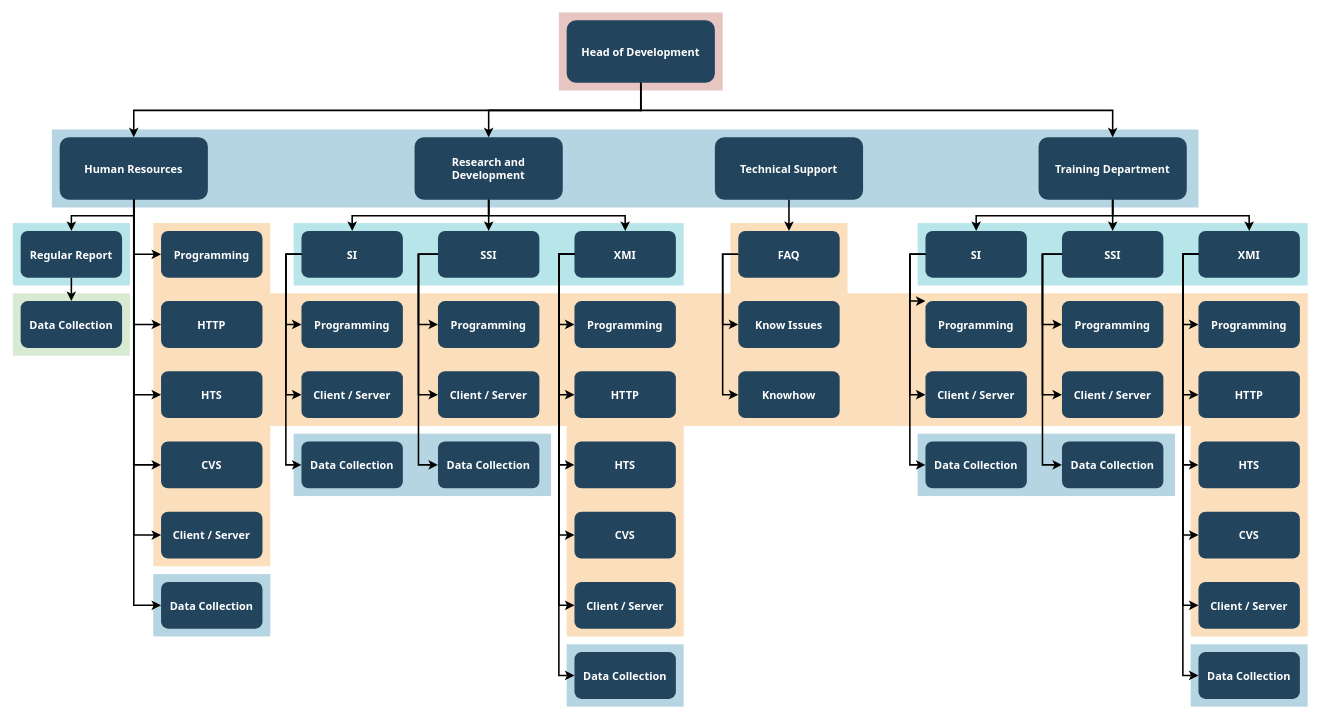
Above: Untitled Diagram.drawio in GKT-github/hello-world (draw.io), before the change. Source tidied: cells renumbered, new cells numbered last; positions are measured from the earlier drawing's top-left corner, leaving out a move shared by most shapes. Both pictures are drawn from the tidied source at 78%, with x=0, y=0 at pixel (12, 12).
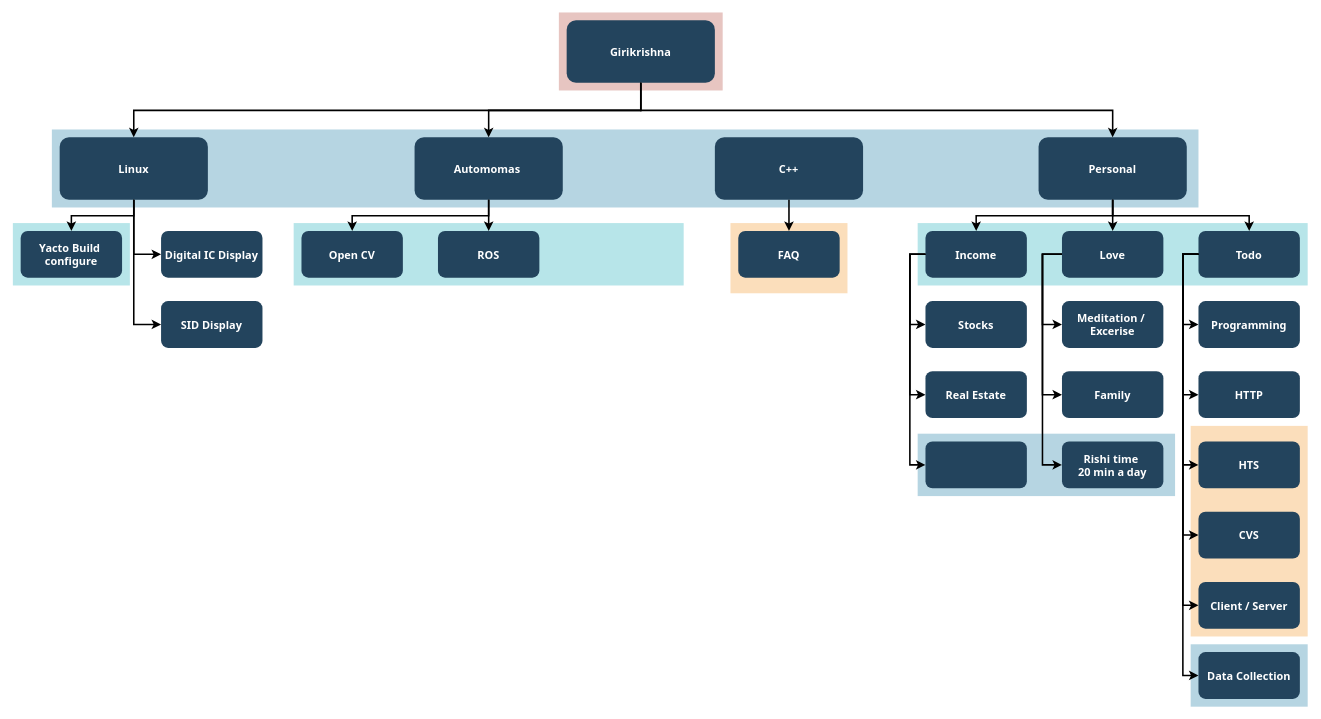
The same page after the edit.

The change refers to these unchanged cells:
```xml
<mxCell id="47" value="FAQ" style="rounded=1;fillColor=#23445D;gradientColor=none;strokeColor=none;fontColor=#FFFFFF;fontStyle=1;fontFamily=Tahoma;fontSize=14;" parent="1" vertex="1">
  <mxGeometry x="930" y="279.5" width="130" height="60" as="geometry" />
</mxCell>
```

Change to the diagram source:
```diff
@@
-    <mxCell id="6" style="fillColor=#F2931E;strokeColor=none;opacity=30;" parent="1" vertex="1">
-      <mxGeometry x="710" y="529.5" width="150" height="270" as="geometry" />
-    </mxCell>
-    <mxCell id="7" style="fillColor=#F2931E;strokeColor=none;opacity=30;" parent="1" vertex="1">
-      <mxGeometry x="180" y="269.5" width="150" height="440" as="geometry" />
-    </mxCell>
-    <mxCell id="8" style="fillColor=#F2931E;strokeColor=none;opacity=30;" parent="1" vertex="1">
-      <mxGeometry x="330" y="359.5" width="1330" height="170" as="geometry" />
-    </mxCell>
@@
-    <mxCell id="11" style="fillColor=#10739E;strokeColor=none;opacity=30;" parent="1" vertex="1">
-      <mxGeometry x="710" y="809.5" width="150" height="80" as="geometry" />
-    </mxCell>
-    <mxCell id="12" style="fillColor=#10739E;strokeColor=none;opacity=30;" parent="1" vertex="1">
-      <mxGeometry x="360" y="539.5" width="330" height="80" as="geometry" />
-    </mxCell>
-    <mxCell id="13" style="fillColor=#10739E;strokeColor=none;opacity=30;" parent="1" vertex="1">
-      <mxGeometry x="180" y="719.5" width="150" height="80" as="geometry" />
-    </mxCell>
-    <mxCell id="14" style="fillColor=#D9EAD3;strokeColor=none;" parent="1" vertex="1">
-      <mxGeometry y="359.5" width="150" height="80" as="geometry" />
-    </mxCell>
@@
-    <mxCell id="18" value="Head of Development" style="rounded=1;fillColor=#23445D;gradientColor=none;strokeColor=none;fontColor=#FFFFFF;fontStyle=1;fontFamily=Tahoma;fontSize=14;" parent="1" vertex="1">
+    <mxCell id="18" value="Girikrishna" style="rounded=1;fillColor=#23445D;gradientColor=none;strokeColor=none;fontColor=#FFFFFF;fontStyle=1;fontFamily=Tahoma;fontSize=14;" parent="1" vertex="1">
       <mxGeometry x="710" y="9.5" width="190" height="80" as="geometry" />
     </mxCell>
-    <mxCell id="19" value="Training Department" style="rounded=1;fillColor=#23445D;gradientColor=none;strokeColor=none;fontColor=#FFFFFF;fontStyle=1;fontFamily=Tahoma;fontSize=14;" parent="1" vertex="1">
+    <mxCell id="19" value="Personal" style="rounded=1;fillColor=#23445D;gradientColor=none;strokeColor=none;fontColor=#FFFFFF;fontStyle=1;fontFamily=Tahoma;fontSize=14;" parent="1" vertex="1">
       <mxGeometry x="1315" y="159.5" width="190" height="80" as="geometry" />
     </mxCell>
@@
-    <mxCell id="21" value="Technical Support" style="rounded=1;fillColor=#23445D;gradientColor=none;strokeColor=none;fontColor=#FFFFFF;fontStyle=1;fontFamily=Tahoma;fontSize=14;" parent="1" vertex="1">
+    <mxCell id="21" value="C++" style="rounded=1;fillColor=#23445D;gradientColor=none;strokeColor=none;fontColor=#FFFFFF;fontStyle=1;fontFamily=Tahoma;fontSize=14;" parent="1" vertex="1">
       <mxGeometry x="900" y="159.5" width="190" height="80" as="geometry" />
     </mxCell>
-    <mxCell id="22" value="Research and &#10;Development" style="rounded=1;fillColor=#23445D;gradientColor=none;strokeColor=none;fontColor=#FFFFFF;fontStyle=1;fontFamily=Tahoma;fontSize=14;" parent="1" vertex="1">
+    <mxCell id="22" value="Automomas " style="rounded=1;fillColor=#23445D;gradientColor=none;strokeColor=none;fontColor=#FFFFFF;fontStyle=1;fontFamily=Tahoma;fontSize=14;" parent="1" vertex="1">
       <mxGeometry x="515" y="159.5" width="190" height="80" as="geometry" />
     </mxCell>
+    <mxCell id="108" style="edgeStyle=orthogonalEdgeStyle;rounded=0;jettySize=auto;html=1;entryX=0;entryY=0.5;entryDx=0;entryDy=0;strokeWidth=2;" parent="1" edge="1" source="23" target="109">
+      <mxGeometry relative="1" as="geometry" />
+    </mxCell>
-    <mxCell id="23" value="Human Resources" style="rounded=1;fillColor=#23445D;gradientColor=none;strokeColor=none;fontColor=#FFFFFF;fontStyle=1;fontFamily=Tahoma;fontSize=14;" parent="1" vertex="1">
+    <mxCell id="23" value="Linux" style="rounded=1;fillColor=#23445D;gradientColor=none;strokeColor=none;fontColor=#FFFFFF;fontStyle=1;fontFamily=Tahoma;fontSize=14;" parent="1" vertex="1">
       <mxGeometry x="60" y="159.5" width="190" height="80" as="geometry" />
     </mxCell>
-    <mxCell id="24" value="Regular Report" style="rounded=1;fillColor=#23445D;gradientColor=none;strokeColor=none;fontColor=#FFFFFF;fontStyle=1;fontFamily=Tahoma;fontSize=14;" parent="1" vertex="1">
+    <mxCell id="24" value="Yacto Build &#10;configure" style="rounded=1;fillColor=#23445D;gradientColor=none;strokeColor=none;fontColor=#FFFFFF;fontStyle=1;fontFamily=Tahoma;fontSize=14;" parent="1" vertex="1">
       <mxGeometry x="10" y="279.5" width="130" height="60" as="geometry" />
     </mxCell>
-    <mxCell id="25" value="Data Collection" style="rounded=1;fillColor=#23445D;gradientColor=none;strokeColor=none;fontColor=#FFFFFF;fontStyle=1;fontFamily=Tahoma;fontSize=14;" parent="1" vertex="1">
-      <mxGeometry x="10" y="369.5" width="130" height="60" as="geometry" />
-    </mxCell>
-    <mxCell id="26" value="Programming" style="rounded=1;fillColor=#23445D;gradientColor=none;strokeColor=none;fontColor=#FFFFFF;fontStyle=1;fontFamily=Tahoma;fontSize=14;" parent="1" vertex="1">
+    <mxCell id="26" value="Digital IC Display" style="rounded=1;fillColor=#23445D;gradientColor=none;strokeColor=none;fontColor=#FFFFFF;fontStyle=1;fontFamily=Tahoma;fontSize=14;" parent="1" vertex="1">
       <mxGeometry x="190" y="279.5" width="130" height="60" as="geometry" />
     </mxCell>
-    <mxCell id="27" value="HTTP" style="rounded=1;fillColor=#23445D;gradientColor=none;strokeColor=none;fontColor=#FFFFFF;fontStyle=1;fontFamily=Tahoma;fontSize=14;" parent="1" vertex="1">
-      <mxGeometry x="190" y="369.5" width="130" height="60" as="geometry" />
-    </mxCell>
-    <mxCell id="28" value="HTS" style="rounded=1;fillColor=#23445D;gradientColor=none;strokeColor=none;fontColor=#FFFFFF;fontStyle=1;fontFamily=Tahoma;fontSize=14;" parent="1" vertex="1">
-      <mxGeometry x="190" y="459.5" width="130" height="60" as="geometry" />
-    </mxCell>
-    <mxCell id="29" value="CVS" style="rounded=1;fillColor=#23445D;gradientColor=none;strokeColor=none;fontColor=#FFFFFF;fontStyle=1;fontFamily=Tahoma;fontSize=14;" parent="1" vertex="1">
-      <mxGeometry x="190" y="549.5" width="130" height="60" as="geometry" />
-    </mxCell>
-    <mxCell id="30" value="Client / Server" style="rounded=1;fillColor=#23445D;gradientColor=none;strokeColor=none;fontColor=#FFFFFF;fontStyle=1;fontFamily=Tahoma;fontSize=14;" parent="1" vertex="1">
-      <mxGeometry x="190" y="639.5" width="130" height="60" as="geometry" />
-    </mxCell>
-    <mxCell id="31" value="Data Collection" style="rounded=1;fillColor=#23445D;gradientColor=none;strokeColor=none;fontColor=#FFFFFF;fontStyle=1;fontFamily=Tahoma;fontSize=14;" parent="1" vertex="1">
-      <mxGeometry x="190" y="729.5" width="130" height="60" as="geometry" />
-    </mxCell>
-    <mxCell id="32" value="SI" style="rounded=1;fillColor=#23445D;gradientColor=none;strokeColor=none;fontColor=#FFFFFF;fontStyle=1;fontFamily=Tahoma;fontSize=14;" parent="1" vertex="1">
+    <mxCell id="32" value="Open CV" style="rounded=1;fillColor=#23445D;gradientColor=none;strokeColor=none;fontColor=#FFFFFF;fontStyle=1;fontFamily=Tahoma;fontSize=14;" parent="1" vertex="1">
       <mxGeometry x="370" y="279.5" width="130" height="60" as="geometry" />
     </mxCell>
-    <mxCell id="33" value="Programming" style="rounded=1;fillColor=#23445D;gradientColor=none;strokeColor=none;fontColor=#FFFFFF;fontStyle=1;fontFamily=Tahoma;fontSize=14;" parent="1" vertex="1">
-      <mxGeometry x="370" y="369.5" width="130" height="60" as="geometry" />
-    </mxCell>
-    <mxCell id="34" value="Client / Server" style="rounded=1;fillColor=#23445D;gradientColor=none;strokeColor=none;fontColor=#FFFFFF;fontStyle=1;fontFamily=Tahoma;fontSize=14;" parent="1" vertex="1">
-      <mxGeometry x="370" y="459.5" width="130" height="60" as="geometry" />
-    </mxCell>
-    <mxCell id="35" value="Data Collection" style="rounded=1;fillColor=#23445D;gradientColor=none;strokeColor=none;fontColor=#FFFFFF;fontStyle=1;fontFamily=Tahoma;fontSize=14;" parent="1" vertex="1">
-      <mxGeometry x="370" y="549.5" width="130" height="60" as="geometry" />
-    </mxCell>
-    <mxCell id="36" value="SSI" style="rounded=1;fillColor=#23445D;gradientColor=none;strokeColor=none;fontColor=#FFFFFF;fontStyle=1;fontFamily=Tahoma;fontSize=14;" parent="1" vertex="1">
+    <mxCell id="36" value="ROS" style="rounded=1;fillColor=#23445D;gradientColor=none;strokeColor=none;fontColor=#FFFFFF;fontStyle=1;fontFamily=Tahoma;fontSize=14;" parent="1" vertex="1">
       <mxGeometry x="545" y="279.5" width="130" height="60" as="geometry" />
     </mxCell>
-    <mxCell id="37" value="Programming" style="rounded=1;fillColor=#23445D;gradientColor=none;strokeColor=none;fontColor=#FFFFFF;fontStyle=1;fontFamily=Tahoma;fontSize=14;" parent="1" vertex="1">
-      <mxGeometry x="545" y="369.5" width="130" height="60" as="geometry" />
-    </mxCell>
-    <mxCell id="38" value="Client / Server" style="rounded=1;fillColor=#23445D;gradientColor=none;strokeColor=none;fontColor=#FFFFFF;fontStyle=1;fontFamily=Tahoma;fontSize=14;" parent="1" vertex="1">
-      <mxGeometry x="545" y="459.5" width="130" height="60" as="geometry" />
-    </mxCell>
-    <mxCell id="39" value="Data Collection" style="rounded=1;fillColor=#23445D;gradientColor=none;strokeColor=none;fontColor=#FFFFFF;fontStyle=1;fontFamily=Tahoma;fontSize=14;" parent="1" vertex="1">
-      <mxGeometry x="545" y="549.5" width="130" height="60" as="geometry" />
-    </mxCell>
-    <mxCell id="40" value="XMI" style="rounded=1;fillColor=#23445D;gradientColor=none;strokeColor=none;fontColor=#FFFFFF;fontStyle=1;fontFamily=Tahoma;fontSize=14;" parent="1" vertex="1">
-      <mxGeometry x="720" y="279.5" width="130" height="60" as="geometry" />
-    </mxCell>
-    <mxCell id="41" value="Programming" style="rounded=1;fillColor=#23445D;gradientColor=none;strokeColor=none;fontColor=#FFFFFF;fontStyle=1;fontFamily=Tahoma;fontSize=14;" parent="1" vertex="1">
-      <mxGeometry x="720" y="369.5" width="130" height="60" as="geometry" />
-    </mxCell>
-    <mxCell id="42" value="HTTP" style="rounded=1;fillColor=#23445D;gradientColor=none;strokeColor=none;fontColor=#FFFFFF;fontStyle=1;fontFamily=Tahoma;fontSize=14;" parent="1" vertex="1">
-      <mxGeometry x="720" y="459.5" width="130" height="60" as="geometry" />
-    </mxCell>
-    <mxCell id="43" value="HTS" style="rounded=1;fillColor=#23445D;gradientColor=none;strokeColor=none;fontColor=#FFFFFF;fontStyle=1;fontFamily=Tahoma;fontSize=14;" parent="1" vertex="1">
-      <mxGeometry x="720" y="549.5" width="130" height="60" as="geometry" />
-    </mxCell>
-    <mxCell id="44" value="CVS" style="rounded=1;fillColor=#23445D;gradientColor=none;strokeColor=none;fontColor=#FFFFFF;fontStyle=1;fontFamily=Tahoma;fontSize=14;" parent="1" vertex="1">
-      <mxGeometry x="720" y="639.5" width="130" height="60" as="geometry" />
-    </mxCell>
-    <mxCell id="45" value="Client / Server" style="rounded=1;fillColor=#23445D;gradientColor=none;strokeColor=none;fontColor=#FFFFFF;fontStyle=1;fontFamily=Tahoma;fontSize=14;" parent="1" vertex="1">
-      <mxGeometry x="720" y="729.5" width="130" height="60" as="geometry" />
-    </mxCell>
-    <mxCell id="46" value="Data Collection" style="rounded=1;fillColor=#23445D;gradientColor=none;strokeColor=none;fontColor=#FFFFFF;fontStyle=1;fontFamily=Tahoma;fontSize=14;" parent="1" vertex="1">
-      <mxGeometry x="720" y="819.5" width="130" height="60" as="geometry" />
-    </mxCell>
@@
-    <mxCell id="48" value="Know Issues" style="rounded=1;fillColor=#23445D;gradientColor=none;strokeColor=none;fontColor=#FFFFFF;fontStyle=1;fontFamily=Tahoma;fontSize=14;" parent="1" vertex="1">
-      <mxGeometry x="930" y="369.5" width="130" height="60" as="geometry" />
-    </mxCell>
-    <mxCell id="49" value="Knowhow" style="rounded=1;fillColor=#23445D;gradientColor=none;strokeColor=none;fontColor=#FFFFFF;fontStyle=1;fontFamily=Tahoma;fontSize=14;" parent="1" vertex="1">
-      <mxGeometry x="930" y="459.5" width="130" height="60" as="geometry" />
-    </mxCell>
-    <mxCell id="50" value="SI" style="rounded=1;fillColor=#23445D;gradientColor=none;strokeColor=none;fontColor=#FFFFFF;fontStyle=1;fontFamily=Tahoma;fontSize=14;" parent="1" vertex="1">
+    <mxCell id="50" value="Income" style="rounded=1;fillColor=#23445D;gradientColor=none;strokeColor=none;fontColor=#FFFFFF;fontStyle=1;fontFamily=Tahoma;fontSize=14;" parent="1" vertex="1">
       <mxGeometry x="1170" y="279.5" width="130" height="60" as="geometry" />
     </mxCell>
-    <mxCell id="51" value="Programming" style="rounded=1;fillColor=#23445D;gradientColor=none;strokeColor=none;fontColor=#FFFFFF;fontStyle=1;fontFamily=Tahoma;fontSize=14;" parent="1" vertex="1">
+    <mxCell id="51" value="Stocks" style="rounded=1;fillColor=#23445D;gradientColor=none;strokeColor=none;fontColor=#FFFFFF;fontStyle=1;fontFamily=Tahoma;fontSize=14;" parent="1" vertex="1">
       <mxGeometry x="1170" y="369.5" width="130" height="60" as="geometry" />
     </mxCell>
-    <mxCell id="52" value="Client / Server" style="rounded=1;fillColor=#23445D;gradientColor=none;strokeColor=none;fontColor=#FFFFFF;fontStyle=1;fontFamily=Tahoma;fontSize=14;" parent="1" vertex="1">
+    <mxCell id="52" value="Real Estate" style="rounded=1;fillColor=#23445D;gradientColor=none;strokeColor=none;fontColor=#FFFFFF;fontStyle=1;fontFamily=Tahoma;fontSize=14;" parent="1" vertex="1">
       <mxGeometry x="1170" y="459.5" width="130" height="60" as="geometry" />
     </mxCell>
-    <mxCell id="53" value="Data Collection" style="rounded=1;fillColor=#23445D;gradientColor=none;strokeColor=none;fontColor=#FFFFFF;fontStyle=1;fontFamily=Tahoma;fontSize=14;" parent="1" vertex="1">
+    <mxCell id="53" style="rounded=1;fillColor=#23445D;gradientColor=none;strokeColor=none;fontColor=#FFFFFF;fontStyle=1;fontFamily=Tahoma;fontSize=14;" parent="1" vertex="1">
       <mxGeometry x="1170" y="549.5" width="130" height="60" as="geometry" />
     </mxCell>
-    <mxCell id="54" value="SSI" style="rounded=1;fillColor=#23445D;gradientColor=none;strokeColor=none;fontColor=#FFFFFF;fontStyle=1;fontFamily=Tahoma;fontSize=14;" parent="1" vertex="1">
+    <mxCell id="54" value="Love" style="rounded=1;fillColor=#23445D;gradientColor=none;strokeColor=none;fontColor=#FFFFFF;fontStyle=1;fontFamily=Tahoma;fontSize=14;" parent="1" vertex="1">
       <mxGeometry x="1345" y="279.5" width="130" height="60" as="geometry" />
     </mxCell>
-    <mxCell id="55" value="Programming" style="rounded=1;fillColor=#23445D;gradientColor=none;strokeColor=none;fontColor=#FFFFFF;fontStyle=1;fontFamily=Tahoma;fontSize=14;" parent="1" vertex="1">
+    <mxCell id="55" value="Meditation / &#10;Excerise" style="rounded=1;fillColor=#23445D;gradientColor=none;strokeColor=none;fontColor=#FFFFFF;fontStyle=1;fontFamily=Tahoma;fontSize=14;" parent="1" vertex="1">
       <mxGeometry x="1345" y="369.5" width="130" height="60" as="geometry" />
     </mxCell>
-    <mxCell id="56" value="Client / Server" style="rounded=1;fillColor=#23445D;gradientColor=none;strokeColor=none;fontColor=#FFFFFF;fontStyle=1;fontFamily=Tahoma;fontSize=14;" parent="1" vertex="1">
+    <mxCell id="56" value="Family" style="rounded=1;fillColor=#23445D;gradientColor=none;strokeColor=none;fontColor=#FFFFFF;fontStyle=1;fontFamily=Tahoma;fontSize=14;" parent="1" vertex="1">
       <mxGeometry x="1345" y="459.5" width="130" height="60" as="geometry" />
     </mxCell>
-    <mxCell id="57" value="Data Collection" style="rounded=1;fillColor=#23445D;gradientColor=none;strokeColor=none;fontColor=#FFFFFF;fontStyle=1;fontFamily=Tahoma;fontSize=14;" parent="1" vertex="1">
+    <mxCell id="57" value="Rishi time &#10;20 min a day" style="rounded=1;fillColor=#23445D;gradientColor=none;strokeColor=none;fontColor=#FFFFFF;fontStyle=1;fontFamily=Tahoma;fontSize=14;" parent="1" vertex="1">
       <mxGeometry x="1345" y="549.5" width="130" height="60" as="geometry" />
     </mxCell>
-    <mxCell id="58" value="XMI" style="rounded=1;fillColor=#23445D;gradientColor=none;strokeColor=none;fontColor=#FFFFFF;fontStyle=1;fontFamily=Tahoma;fontSize=14;" parent="1" vertex="1">
+    <mxCell id="58" value="Todo" style="rounded=1;fillColor=#23445D;gradientColor=none;strokeColor=none;fontColor=#FFFFFF;fontStyle=1;fontFamily=Tahoma;fontSize=14;" parent="1" vertex="1">
       <mxGeometry x="1520" y="279.5" width="130" height="60" as="geometry" />
     </mxCell>
@@
-    <mxCell id="69" style="edgeStyle=elbowEdgeStyle;elbow=horizontal;strokeWidth=2;rounded=0;" parent="1" edge="1" source="23" target="27">
-      <mxGeometry x="-23" y="135.5" as="geometry">
-        <Array as="points">
-          <mxPoint x="155" y="299.5" />
-        </Array>
-      </mxGeometry>
-    </mxCell>
-    <mxCell id="70" style="edgeStyle=elbowEdgeStyle;elbow=horizontal;strokeWidth=2;rounded=0;" parent="1" edge="1" source="23" target="28">
-      <mxGeometry x="-23" y="135.5" as="geometry">
-        <Array as="points">
-          <mxPoint x="155" y="349.5" />
-        </Array>
-      </mxGeometry>
-    </mxCell>
-    <mxCell id="71" style="edgeStyle=elbowEdgeStyle;elbow=horizontal;strokeWidth=2;rounded=0;" parent="1" edge="1" source="23" target="29">
-      <mxGeometry x="-23" y="135.5" as="geometry">
-        <Array as="points">
-          <mxPoint x="155" y="399.5" />
-        </Array>
-      </mxGeometry>
-    </mxCell>
-    <mxCell id="72" style="edgeStyle=elbowEdgeStyle;elbow=horizontal;strokeWidth=2;rounded=0;" parent="1" edge="1" source="23" target="30">
-      <mxGeometry x="-23" y="135.5" as="geometry">
-        <Array as="points">
-          <mxPoint x="155" y="439.5" />
-        </Array>
-      </mxGeometry>
-    </mxCell>
-    <mxCell id="73" style="edgeStyle=elbowEdgeStyle;elbow=horizontal;strokeWidth=2;rounded=0;" parent="1" edge="1" source="23" target="31">
-      <mxGeometry x="-23" y="135.5" as="geometry">
-        <Array as="points">
-          <mxPoint x="155" y="489.5" />
-        </Array>
-      </mxGeometry>
-    </mxCell>
-    <mxCell id="74" style="edgeStyle=elbowEdgeStyle;elbow=horizontal;strokeWidth=2;rounded=0;" parent="1" edge="1" source="32" target="33">
-      <mxGeometry x="-23" y="135.5" as="geometry">
-        <Array as="points">
-          <mxPoint x="350" y="359.5" />
-        </Array>
-      </mxGeometry>
-    </mxCell>
-    <mxCell id="75" style="edgeStyle=elbowEdgeStyle;elbow=horizontal;strokeWidth=2;rounded=0;" parent="1" edge="1" source="32" target="34">
-      <mxGeometry x="-23" y="135.5" as="geometry">
-        <Array as="points">
-          <mxPoint x="350" y="399.5" />
-        </Array>
-      </mxGeometry>
-    </mxCell>
-    <mxCell id="76" style="edgeStyle=elbowEdgeStyle;elbow=horizontal;strokeWidth=2;rounded=0;" parent="1" edge="1" source="32" target="35">
-      <mxGeometry x="-23" y="135.5" as="geometry">
-        <Array as="points">
-          <mxPoint x="350" y="439.5" />
-        </Array>
-      </mxGeometry>
-    </mxCell>
-    <mxCell id="77" style="edgeStyle=elbowEdgeStyle;elbow=horizontal;strokeWidth=2;rounded=0;" parent="1" edge="1" source="36" target="37">
-      <mxGeometry x="-23" y="135.5" as="geometry">
-        <Array as="points">
-          <mxPoint x="520" y="359.5" />
-        </Array>
-      </mxGeometry>
-    </mxCell>
-    <mxCell id="78" style="edgeStyle=elbowEdgeStyle;elbow=horizontal;strokeWidth=2;rounded=0;" parent="1" edge="1" source="36" target="38">
-      <mxGeometry x="-23" y="135.5" as="geometry">
-        <Array as="points">
-          <mxPoint x="520" y="399.5" />
-        </Array>
-      </mxGeometry>
-    </mxCell>
-    <mxCell id="79" style="edgeStyle=elbowEdgeStyle;elbow=horizontal;strokeWidth=2;rounded=0;" parent="1" edge="1" source="36" target="39">
-      <mxGeometry x="-23" y="135.5" as="geometry">
-        <Array as="points">
-          <mxPoint x="520" y="439.5" />
-        </Array>
-      </mxGeometry>
-    </mxCell>
-    <mxCell id="80" style="edgeStyle=elbowEdgeStyle;elbow=horizontal;strokeWidth=2;rounded=0;" parent="1" edge="1" source="40" target="41">
-      <mxGeometry x="-23" y="135.5" as="geometry">
-        <Array as="points">
-          <mxPoint x="700" y="359.5" />
-        </Array>
-      </mxGeometry>
-    </mxCell>
-    <mxCell id="81" style="edgeStyle=elbowEdgeStyle;elbow=horizontal;strokeWidth=2;rounded=0;" parent="1" edge="1" source="40" target="42">
-      <mxGeometry x="-23" y="135.5" as="geometry">
-        <Array as="points">
-          <mxPoint x="700" y="399.5" />
-        </Array>
-      </mxGeometry>
-    </mxCell>
-    <mxCell id="82" style="edgeStyle=elbowEdgeStyle;elbow=horizontal;strokeWidth=2;rounded=0;" parent="1" edge="1" source="40" target="43">
-      <mxGeometry x="-23" y="135.5" as="geometry">
-        <Array as="points">
-          <mxPoint x="700" y="449.5" />
-        </Array>
-      </mxGeometry>
-    </mxCell>
-    <mxCell id="83" style="edgeStyle=elbowEdgeStyle;elbow=horizontal;strokeWidth=2;rounded=0;" parent="1" edge="1" source="40" target="44">
-      <mxGeometry x="-23" y="135.5" as="geometry">
-        <Array as="points">
-          <mxPoint x="700" y="489.5" />
-        </Array>
-      </mxGeometry>
-    </mxCell>
-    <mxCell id="84" style="edgeStyle=elbowEdgeStyle;elbow=horizontal;strokeWidth=2;rounded=0;" parent="1" edge="1" source="40" target="45">
-      <mxGeometry x="-23" y="135.5" as="geometry">
-        <Array as="points">
-          <mxPoint x="700" y="529.5" />
-        </Array>
-      </mxGeometry>
-    </mxCell>
-    <mxCell id="85" style="edgeStyle=elbowEdgeStyle;elbow=horizontal;strokeWidth=2;rounded=0;" parent="1" edge="1" source="40" target="46">
-      <mxGeometry x="-23" y="135.5" as="geometry">
-        <Array as="points">
-          <mxPoint x="700" y="579.5" />
-        </Array>
-      </mxGeometry>
-    </mxCell>
-    <mxCell id="86" style="edgeStyle=elbowEdgeStyle;elbow=horizontal;strokeWidth=2;rounded=0;" parent="1" edge="1" source="47" target="48">
-      <mxGeometry x="-23" y="135.5" as="geometry">
-        <Array as="points">
-          <mxPoint x="910" y="359.5" />
-        </Array>
-      </mxGeometry>
-    </mxCell>
-    <mxCell id="87" style="edgeStyle=elbowEdgeStyle;elbow=horizontal;strokeWidth=2;rounded=0;" parent="1" edge="1" source="47" target="49">
-      <mxGeometry x="-23" y="135.5" as="geometry">
-        <Array as="points">
-          <mxPoint x="910" y="409.5" />
-        </Array>
-      </mxGeometry>
-    </mxCell>
-    <mxCell id="88" style="edgeStyle=elbowEdgeStyle;elbow=horizontal;strokeWidth=2;rounded=0;" parent="1" edge="1" source="50" target="51">
+    <mxCell id="88" style="edgeStyle=elbowEdgeStyle;elbow=horizontal;strokeWidth=2;rounded=0;entryX=0;entryY=0.5;entryDx=0;entryDy=0;" parent="1" edge="1" source="50" target="51">
       <mxGeometry x="-23" y="135.5" as="geometry">
         <Array as="points">
           <mxPoint x="1150" y="369.5" />
         </Array>
       </mxGeometry>
     </mxCell>
@@
-    <mxCell id="102" style="edgeStyle=elbowEdgeStyle;elbow=vertical;strokeWidth=2;rounded=0;" parent="1" edge="1" source="22" target="40">
-      <mxGeometry x="-23" y="135.5" as="geometry" />
-    </mxCell>
@@
-    <mxCell id="107" style="edgeStyle=elbowEdgeStyle;elbow=vertical;rounded=0;strokeWidth=2;" parent="1" edge="1" source="24" target="25">
-      <mxGeometry x="-23" y="135.5" as="geometry" />
-    </mxCell>
+    <mxCell id="109" value="SID Display" style="rounded=1;fillColor=#23445D;gradientColor=none;strokeColor=none;fontColor=#FFFFFF;fontStyle=1;fontFamily=Tahoma;fontSize=14;" parent="1" vertex="1">
+      <mxGeometry x="190" y="369.5" width="130" height="60" as="geometry" />
+    </mxCell>
```
